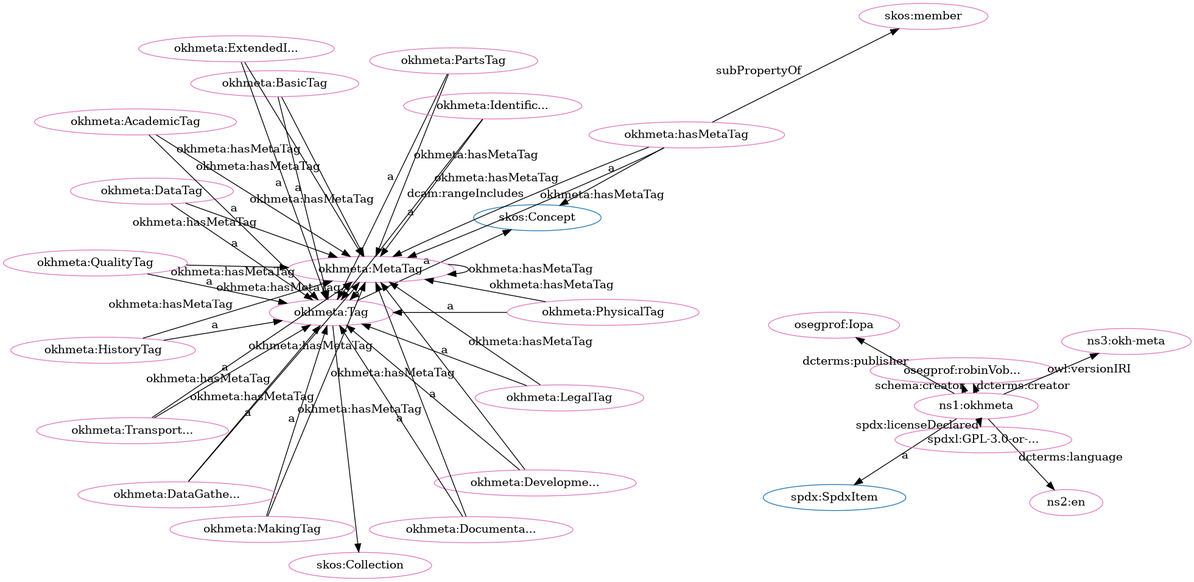
iop-alliance/OpenKnowHow keeps this Graphviz diagram as src/spec/dot_okh-meta-clean.png. Above is the earlier version. Its source is kept beside it as src/spec/dot_okh-meta-clean.dot.
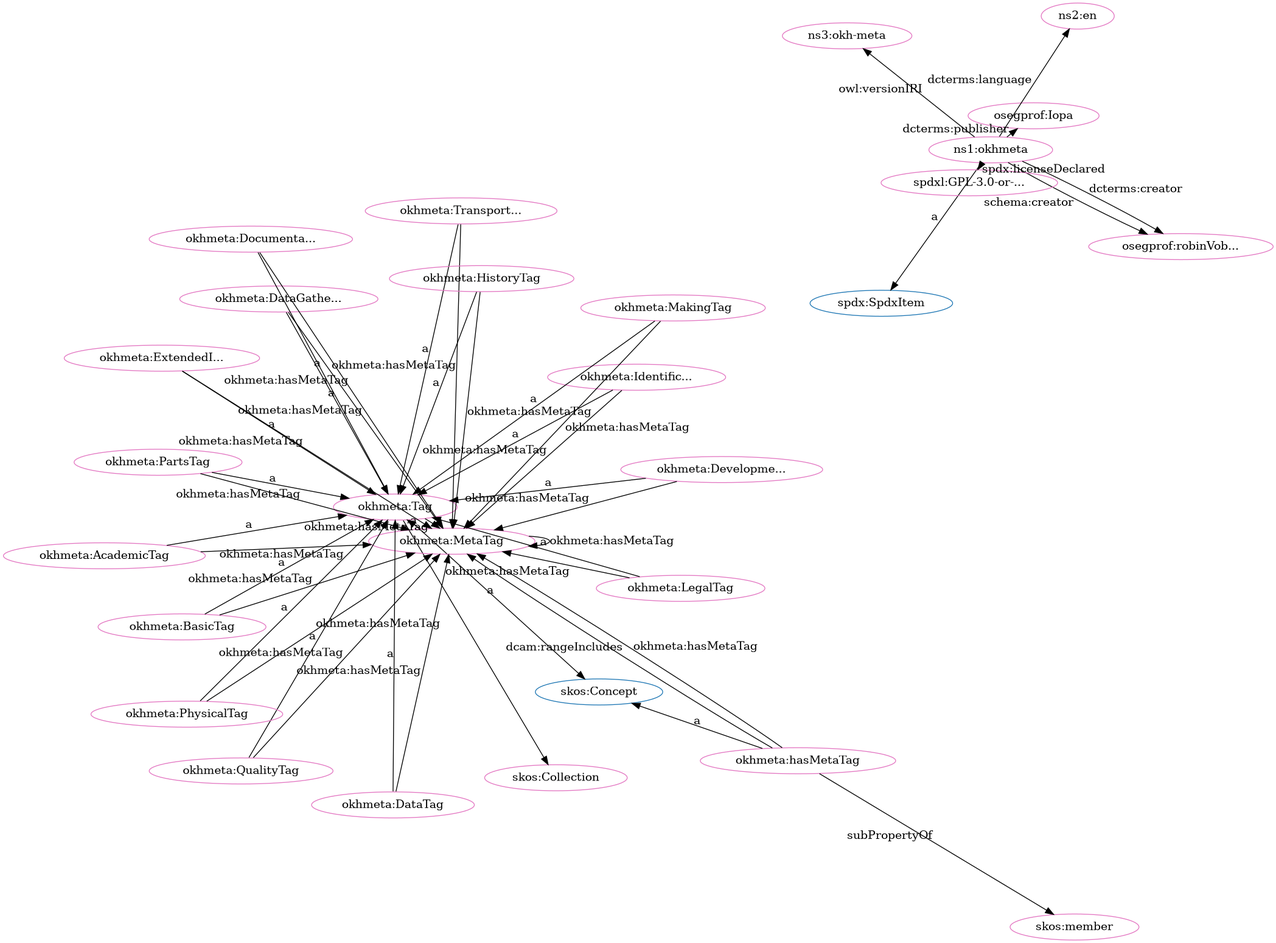
The same diagram one commit later.

What changed in the source:
```diff
@@ -2,79 +2,79 @@
   rankdir=BT
   node[height=.3]
 "http://spdx.org/rdf/terms#SpdxItem" [fillcolor="#1f77b4" color="#1f77b4" label="spdx:SpdxItem"]
+"http://w3id.org/oseg/ont/okhmeta#Tag" [fillcolor="#1f77b4" color="#1f77b4" label="okhmeta:Tag"]
 "http://www.w3.org/2004/02/skos/core#Concept" [fillcolor="#1f77b4" color="#1f77b4" label="skos:Concept"]
 "http://www.w3.org/2004/02/skos/core#Collection" [fillcolor="#1f77b4" color="#1f77b4" label="skos:Collection"]
-"http://w3id.org/oseg/ont/okhmeta#Tag" [fillcolor="#1f77b4" color="#1f77b4" label="okhmeta:Tag"]
+"http://w3id.org/oseg/ont/okhmeta#MetaTag" [fillcolor="#e377c2" color="#e377c2" label="okhmeta:MetaTag"]
+"http://www.w3.org/2004/02/skos/core#member" [fillcolor="#e377c2" color="#e377c2" label="skos:member"]
+"http://www.w3.org/2004/02/skos/core#Collection" [fillcolor="#e377c2" color="#e377c2" label="skos:Collection"]
+"http://w3id.org/oseg/ont/okhmeta#Tag" [fillcolor="#e377c2" color="#e377c2" label="okhmeta:Tag"]
+"http://w3id.org/oseg/ont/okhmeta" [fillcolor="#e377c2" color="#e377c2" label="ns1:okhmeta"]
+"http://w3id.org/oseg/ont/okhmeta#PartsTag" [fillcolor="#e377c2" color="#e377c2" label="okhmeta:PartsTag"]
+"http://w3id.org/oseg/ont/okhmeta#hasMetaTag" [fillcolor="#e377c2" color="#e377c2" label="okhmeta:hasMetaTag"]
+"http://w3id.org/oseg/ont/oseg-profiles#robinVobruba" [fillcolor="#e377c2" color="#e377c2" label="osegprof:robinVob..."]
+"http://w3id.org/oseg/ont/okhmeta#DataGatheringTag" [fillcolor="#e377c2" color="#e377c2" label="okhmeta:DataGathe..."]
+"http://w3id.org/oseg/ont/okhmeta#DataTag" [fillcolor="#e377c2" color="#e377c2" label="okhmeta:DataTag"]
+"http://w3id.org/oseg/ont/okhmeta#BasicTag" [fillcolor="#e377c2" color="#e377c2" label="okhmeta:BasicTag"]
+"http://w3id.org/oseg/ont/okhmeta#DevelopmentTag" [fillcolor="#e377c2" color="#e377c2" label="okhmeta:Developme..."]
+"http://w3id.org/oseg/ont/okhmeta#AcademicTag" [fillcolor="#e377c2" color="#e377c2" label="okhmeta:AcademicTag"]
+"http://w3id.org/oseg/ont/okhmeta#DocumentationTag" [fillcolor="#e377c2" color="#e377c2" label="okhmeta:Documenta..."]
+"http://w3id.org/oseg/ont/okhmeta#IdentificationTag" [fillcolor="#e377c2" color="#e377c2" label="okhmeta:Identific..."]
+"http://w3id.org/oseg/ont/okhmeta#TransportationTag" [fillcolor="#e377c2" color="#e377c2" label="okhmeta:Transport..."]
+"http://w3id.org/oseg/ont/okhmeta#QualityTag" [fillcolor="#e377c2" color="#e377c2" label="okhmeta:QualityTag"]
+"http://w3id.org/oseg/ont/okhmeta#LegalTag" [fillcolor="#e377c2" color="#e377c2" label="okhmeta:LegalTag"]
+"http://w3id.org/oseg/ont/oseg-profiles#Iopa" [fillcolor="#e377c2" color="#e377c2" label="osegprof:Iopa"]
+"http://id.loc.gov/vocabulary/iso639-1/en" [fillcolor="#e377c2" color="#e377c2" label="ns2:en"]
+"http://w3id.org/oseg/ont/1.1.0/okh-meta" [fillcolor="#e377c2" color="#e377c2" label="ns3:okh-meta"]
+"http://w3id.org/oseg/ont/okhmeta#ExtendedInfoTag" [fillcolor="#e377c2" color="#e377c2" label="okhmeta:ExtendedI..."]
 "http://w3id.org/oseg/ont/okhmeta#PhysicalTag" [fillcolor="#e377c2" color="#e377c2" label="okhmeta:PhysicalTag"]
-"http://w3id.org/oseg/ont/okhmeta#MetaTag" [fillcolor="#e377c2" color="#e377c2" label="okhmeta:MetaTag"]
-"http://w3id.org/oseg/ont/okhmeta#BasicTag" [fillcolor="#e377c2" color="#e377c2" label="okhmeta:BasicTag"]
-"http://w3id.org/oseg/ont/okhmeta#PartsTag" [fillcolor="#e377c2" color="#e377c2" label="okhmeta:PartsTag"]
-"http://w3id.org/oseg/ont/okhmeta#DevelopmentTag" [fillcolor="#e377c2" color="#e377c2" label="okhmeta:Developme..."]
-"http://w3id.org/oseg/ont/okhmeta" [fillcolor="#e377c2" color="#e377c2" label="ns1:okhmeta"]
-"http://w3id.org/oseg/ont/okhmeta#TransportationTag" [fillcolor="#e377c2" color="#e377c2" label="okhmeta:Transport..."]
-"http://id.loc.gov/vocabulary/iso639-1/en" [fillcolor="#e377c2" color="#e377c2" label="ns2:en"]
+"http://w3id.org/oseg/ont/okhmeta#HistoryTag" [fillcolor="#e377c2" color="#e377c2" label="okhmeta:HistoryTag"]
 "http://w3id.org/oseg/ont/okhmeta#MakingTag" [fillcolor="#e377c2" color="#e377c2" label="okhmeta:MakingTag"]
-"http://w3id.org/oseg/ont/okhmeta#DataTag" [fillcolor="#e377c2" color="#e377c2" label="okhmeta:DataTag"]
-"http://w3id.org/oseg/ont/okhmeta#AcademicTag" [fillcolor="#e377c2" color="#e377c2" label="okhmeta:AcademicTag"]
-"http://w3id.org/oseg/ont/oseg-profiles#robinVobruba" [fillcolor="#e377c2" color="#e377c2" label="osegprof:robinVob..."]
-"http://w3id.org/oseg/ont/okhmeta#hasMetaTag" [fillcolor="#e377c2" color="#e377c2" label="okhmeta:hasMetaTag"]
-"http://w3id.org/oseg/ont/okhmeta#DocumentationTag" [fillcolor="#e377c2" color="#e377c2" label="okhmeta:Documenta..."]
-"http://www.w3.org/2004/02/skos/core#Collection" [fillcolor="#e377c2" color="#e377c2" label="skos:Collection"]
-"http://w3id.org/oseg/ont/okhmeta#DataGatheringTag" [fillcolor="#e377c2" color="#e377c2" label="okhmeta:DataGathe..."]
-"http://w3id.org/oseg/ont/okhmeta#HistoryTag" [fillcolor="#e377c2" color="#e377c2" label="okhmeta:HistoryTag"]
-"http://w3id.org/oseg/ont/okhmeta#Tag" [fillcolor="#e377c2" color="#e377c2" label="okhmeta:Tag"]
-"http://w3id.org/oseg/ont/okhmeta#ExtendedInfoTag" [fillcolor="#e377c2" color="#e377c2" label="okhmeta:ExtendedI..."]
-"http://w3id.org/oseg/ont/1.1.0/okh-meta" [fillcolor="#e377c2" color="#e377c2" label="ns3:okh-meta"]
-"http://w3id.org/oseg/ont/okhmeta#QualityTag" [fillcolor="#e377c2" color="#e377c2" label="okhmeta:QualityTag"]
-"http://w3id.org/oseg/ont/oseg-profiles#Iopa" [fillcolor="#e377c2" color="#e377c2" label="osegprof:Iopa"]
-"http://www.w3.org/2004/02/skos/core#member" [fillcolor="#e377c2" color="#e377c2" label="skos:member"]
-"http://w3id.org/oseg/ont/okhmeta#IdentificationTag" [fillcolor="#e377c2" color="#e377c2" label="okhmeta:Identific..."]
 "http://spdx.org/licenses/GPL-3.0-or-later" [fillcolor="#e377c2" color="#e377c2" label="spdxl:GPL-3.0-or-..."]
-"http://w3id.org/oseg/ont/okhmeta#LegalTag" [fillcolor="#e377c2" color="#e377c2" label="okhmeta:LegalTag"]
+  "http://w3id.org/oseg/ont/okhmeta#Tag" -> "http://www.w3.org/2004/02/skos/core#Collection" [label=""]
+  "http://w3id.org/oseg/ont/okhmeta" -> "http://spdx.org/rdf/terms#SpdxItem" [label="a"]
+  "http://w3id.org/oseg/ont/okhmeta#PartsTag" -> "http://w3id.org/oseg/ont/okhmeta#Tag" [label="a"]
+  "http://w3id.org/oseg/ont/okhmeta#DataTag" -> "http://w3id.org/oseg/ont/okhmeta#MetaTag" [label="okhmeta:hasMetaTag"]
+  "http://w3id.org/oseg/ont/okhmeta" -> "http://w3id.org/oseg/ont/oseg-profiles#robinVobruba" [label="dcterms:creator"]
+  "http://w3id.org/oseg/ont/okhmeta#DataGatheringTag" -> "http://w3id.org/oseg/ont/okhmeta#Tag" [label="a"]
+  "http://w3id.org/oseg/ont/okhmeta#DataTag" -> "http://w3id.org/oseg/ont/okhmeta#Tag" [label="a"]
+  "http://w3id.org/oseg/ont/okhmeta#DevelopmentTag" -> "http://w3id.org/oseg/ont/okhmeta#Tag" [label="a"]
+  "http://w3id.org/oseg/ont/okhmeta#hasMetaTag" -> "http://www.w3.org/2004/02/skos/core#Concept" [label="a"]
+  "http://w3id.org/oseg/ont/okhmeta#QualityTag" -> "http://w3id.org/oseg/ont/okhmeta#MetaTag" [label="okhmeta:hasMetaTag"]
+  "http://w3id.org/oseg/ont/okhmeta#IdentificationTag" -> "http://w3id.org/oseg/ont/okhmeta#Tag" [label="a"]
+  "http://w3id.org/oseg/ont/okhmeta#DocumentationTag" -> "http://w3id.org/oseg/ont/okhmeta#Tag" [label="a"]
+  "http://w3id.org/oseg/ont/okhmeta#LegalTag" -> "http://w3id.org/oseg/ont/okhmeta#MetaTag" [label="okhmeta:hasMetaTag"]
+  "http://w3id.org/oseg/ont/okhmeta#TransportationTag" -> "http://w3id.org/oseg/ont/okhmeta#Tag" [label="a"]
+  "http://w3id.org/oseg/ont/okhmeta#Tag" -> "http://w3id.org/oseg/ont/okhmeta#MetaTag" [label="okhmeta:hasMetaTag"]
+  "http://w3id.org/oseg/ont/okhmeta#QualityTag" -> "http://w3id.org/oseg/ont/okhmeta#Tag" [label="a"]
+  "http://w3id.org/oseg/ont/okhmeta" -> "http://w3id.org/oseg/ont/oseg-profiles#Iopa" [label="dcterms:publisher"]
+  "http://w3id.org/oseg/ont/okhmeta#BasicTag" -> "http://w3id.org/oseg/ont/okhmeta#MetaTag" [label="okhmeta:hasMetaTag"]
+  "http://w3id.org/oseg/ont/okhmeta#MetaTag" -> "http://w3id.org/oseg/ont/okhmeta#Tag" [label="a"]
+  "http://w3id.org/oseg/ont/okhmeta#hasMetaTag" -> "http://w3id.org/oseg/ont/okhmeta#MetaTag" [label="dcam:rangeIncludes"]
+  "http://w3id.org/oseg/ont/okhmeta" -> "http://id.loc.gov/vocabulary/iso639-1/en" [label="dcterms:language"]
+  "http://w3id.org/oseg/ont/okhmeta#HistoryTag" -> "http://w3id.org/oseg/ont/okhmeta#MetaTag" [label="okhmeta:hasMetaTag"]
+  "http://w3id.org/oseg/ont/okhmeta#ExtendedInfoTag" -> "http://w3id.org/oseg/ont/okhmeta#Tag" [label="a"]
+  "http://w3id.org/oseg/ont/okhmeta#MakingTag" -> "http://w3id.org/oseg/ont/okhmeta#MetaTag" [label="okhmeta:hasMetaTag"]
   "http://w3id.org/oseg/ont/okhmeta#PhysicalTag" -> "http://w3id.org/oseg/ont/okhmeta#Tag" [label="a"]
-  "http://w3id.org/oseg/ont/okhmeta#PartsTag" -> "http://w3id.org/oseg/ont/okhmeta#Tag" [label="a"]
+  "http://w3id.org/oseg/ont/okhmeta#AcademicTag" -> "http://w3id.org/oseg/ont/okhmeta#MetaTag" [label="okhmeta:hasMetaTag"]
+  "http://w3id.org/oseg/ont/okhmeta#PartsTag" -> "http://w3id.org/oseg/ont/okhmeta#MetaTag" [label="okhmeta:hasMetaTag"]
+  "http://w3id.org/oseg/ont/okhmeta#hasMetaTag" -> "http://www.w3.org/2004/02/skos/core#member" [label="subPropertyOf"]
+  "http://w3id.org/oseg/ont/okhmeta#Tag" -> "http://www.w3.org/2004/02/skos/core#Concept" [label="a"]
+  "http://w3id.org/oseg/ont/okhmeta#DataGatheringTag" -> "http://w3id.org/oseg/ont/okhmeta#MetaTag" [label="okhmeta:hasMetaTag"]
+  "http://w3id.org/oseg/ont/okhmeta#DevelopmentTag" -> "http://w3id.org/oseg/ont/okhmeta#MetaTag" [label="okhmeta:hasMetaTag"]
   "http://w3id.org/oseg/ont/okhmeta#BasicTag" -> "http://w3id.org/oseg/ont/okhmeta#Tag" [label="a"]
+  "http://w3id.org/oseg/ont/okhmeta#DocumentationTag" -> "http://w3id.org/oseg/ont/okhmeta#MetaTag" [label="okhmeta:hasMetaTag"]
+  "http://w3id.org/oseg/ont/okhmeta#IdentificationTag" -> "http://w3id.org/oseg/ont/okhmeta#MetaTag" [label="okhmeta:hasMetaTag"]
+  "http://w3id.org/oseg/ont/okhmeta#AcademicTag" -> "http://w3id.org/oseg/ont/okhmeta#Tag" [label="a"]
+  "http://w3id.org/oseg/ont/okhmeta#TransportationTag" -> "http://w3id.org/oseg/ont/okhmeta#MetaTag" [label="okhmeta:hasMetaTag"]
+  "http://w3id.org/oseg/ont/okhmeta#hasMetaTag" -> "http://w3id.org/oseg/ont/okhmeta#MetaTag" [label="okhmeta:hasMetaTag"]
+  "http://w3id.org/oseg/ont/okhmeta#LegalTag" -> "http://w3id.org/oseg/ont/okhmeta#Tag" [label="a"]
   "http://w3id.org/oseg/ont/okhmeta#MetaTag" -> "http://w3id.org/oseg/ont/okhmeta#MetaTag" [label="okhmeta:hasMetaTag"]
-  "http://w3id.org/oseg/ont/okhmeta#LegalTag" -> "http://w3id.org/oseg/ont/okhmeta#MetaTag" [label="okhmeta:hasMetaTag"]
-  "http://w3id.org/oseg/ont/okhmeta#DocumentationTag" -> "http://w3id.org/oseg/ont/okhmeta#MetaTag" [label="okhmeta:hasMetaTag"]
-  "http://w3id.org/oseg/ont/okhmeta#DevelopmentTag" -> "http://w3id.org/oseg/ont/okhmeta#MetaTag" [label="okhmeta:hasMetaTag"]
-  "http://w3id.org/oseg/ont/okhmeta#BasicTag" -> "http://w3id.org/oseg/ont/okhmeta#MetaTag" [label="okhmeta:hasMetaTag"]
-  "http://w3id.org/oseg/ont/okhmeta#DataTag" -> "http://w3id.org/oseg/ont/okhmeta#Tag" [label="a"]
-  "http://w3id.org/oseg/ont/okhmeta#AcademicTag" -> "http://w3id.org/oseg/ont/okhmeta#Tag" [label="a"]
   "http://w3id.org/oseg/ont/okhmeta#ExtendedInfoTag" -> "http://w3id.org/oseg/ont/okhmeta#MetaTag" [label="okhmeta:hasMetaTag"]
-  "http://w3id.org/oseg/ont/okhmeta#hasMetaTag" -> "http://www.w3.org/2004/02/skos/core#Concept" [label="a"]
-  "http://w3id.org/oseg/ont/okhmeta#DataGatheringTag" -> "http://w3id.org/oseg/ont/okhmeta#Tag" [label="a"]
-  "http://w3id.org/oseg/ont/okhmeta#Tag" -> "http://www.w3.org/2004/02/skos/core#Concept" [label="a"]
+  "http://w3id.org/oseg/ont/okhmeta" -> "http://w3id.org/oseg/ont/oseg-profiles#robinVobruba" [label="schema:creator"]
   "http://w3id.org/oseg/ont/okhmeta" -> "http://w3id.org/oseg/ont/1.1.0/okh-meta" [label="owl:versionIRI"]
-  "http://w3id.org/oseg/ont/okhmeta#QualityTag" -> "http://w3id.org/oseg/ont/okhmeta#Tag" [label="a"]
   "http://w3id.org/oseg/ont/okhmeta#PhysicalTag" -> "http://w3id.org/oseg/ont/okhmeta#MetaTag" [label="okhmeta:hasMetaTag"]
-  "http://w3id.org/oseg/ont/okhmeta#PartsTag" -> "http://w3id.org/oseg/ont/okhmeta#MetaTag" [label="okhmeta:hasMetaTag"]
-  "http://w3id.org/oseg/ont/okhmeta#IdentificationTag" -> "http://w3id.org/oseg/ont/okhmeta#Tag" [label="a"]
-  "http://w3id.org/oseg/ont/okhmeta#LegalTag" -> "http://w3id.org/oseg/ont/okhmeta#Tag" [label="a"]
+  "http://w3id.org/oseg/ont/okhmeta#HistoryTag" -> "http://w3id.org/oseg/ont/okhmeta#Tag" [label="a"]
+  "http://w3id.org/oseg/ont/okhmeta#MakingTag" -> "http://w3id.org/oseg/ont/okhmeta#Tag" [label="a"]
   "http://w3id.org/oseg/ont/okhmeta" -> "http://spdx.org/licenses/GPL-3.0-or-later" [label="spdx:licenseDeclared"]
-  "http://w3id.org/oseg/ont/okhmeta#DataTag" -> "http://w3id.org/oseg/ont/okhmeta#MetaTag" [label="okhmeta:hasMetaTag"]
-  "http://w3id.org/oseg/ont/okhmeta#DevelopmentTag" -> "http://w3id.org/oseg/ont/okhmeta#Tag" [label="a"]
-  "http://w3id.org/oseg/ont/okhmeta" -> "http://spdx.org/rdf/terms#SpdxItem" [label="a"]
-  "http://w3id.org/oseg/ont/okhmeta#AcademicTag" -> "http://w3id.org/oseg/ont/okhmeta#MetaTag" [label="okhmeta:hasMetaTag"]
-  "http://w3id.org/oseg/ont/okhmeta#TransportationTag" -> "http://w3id.org/oseg/ont/okhmeta#Tag" [label="a"]
-  "http://w3id.org/oseg/ont/okhmeta" -> "http://id.loc.gov/vocabulary/iso639-1/en" [label="dcterms:language"]
-  "http://w3id.org/oseg/ont/okhmeta#MakingTag" -> "http://w3id.org/oseg/ont/okhmeta#Tag" [label="a"]
-  "http://w3id.org/oseg/ont/okhmeta#MetaTag" -> "http://w3id.org/oseg/ont/okhmeta#Tag" [label="a"]
-  "http://w3id.org/oseg/ont/okhmeta#hasMetaTag" -> "http://w3id.org/oseg/ont/okhmeta#MetaTag" [label="okhmeta:hasMetaTag"]
-  "http://w3id.org/oseg/ont/okhmeta" -> "http://w3id.org/oseg/ont/oseg-profiles#robinVobruba" [label="schema:creator"]
-  "http://w3id.org/oseg/ont/okhmeta#DocumentationTag" -> "http://w3id.org/oseg/ont/okhmeta#Tag" [label="a"]
-  "http://w3id.org/oseg/ont/okhmeta#MakingTag" -> "http://w3id.org/oseg/ont/okhmeta#MetaTag" [label="okhmeta:hasMetaTag"]
-  "http://w3id.org/oseg/ont/okhmeta#QualityTag" -> "http://w3id.org/oseg/ont/okhmeta#MetaTag" [label="okhmeta:hasMetaTag"]
-  "http://w3id.org/oseg/ont/okhmeta#Tag" -> "http://www.w3.org/2004/02/skos/core#Collection" [label=""]
-  "http://w3id.org/oseg/ont/okhmeta#Tag" -> "http://w3id.org/oseg/ont/okhmeta#MetaTag" [label="okhmeta:hasMetaTag"]
-  "http://w3id.org/oseg/ont/okhmeta#IdentificationTag" -> "http://w3id.org/oseg/ont/okhmeta#MetaTag" [label="okhmeta:hasMetaTag"]
-  "http://w3id.org/oseg/ont/okhmeta#HistoryTag" -> "http://w3id.org/oseg/ont/okhmeta#Tag" [label="a"]
-  "http://w3id.org/oseg/ont/okhmeta#ExtendedInfoTag" -> "http://w3id.org/oseg/ont/okhmeta#Tag" [label="a"]
-  "http://w3id.org/oseg/ont/okhmeta#hasMetaTag" -> "http://w3id.org/oseg/ont/okhmeta#MetaTag" [label="dcam:rangeIncludes"]
-  "http://w3id.org/oseg/ont/okhmeta" -> "http://w3id.org/oseg/ont/oseg-profiles#Iopa" [label="dcterms:publisher"]
-  "http://w3id.org/oseg/ont/okhmeta#hasMetaTag" -> "http://www.w3.org/2004/02/skos/core#member" [label="subPropertyOf"]
-  "http://w3id.org/oseg/ont/okhmeta#DataGatheringTag" -> "http://w3id.org/oseg/ont/okhmeta#MetaTag" [label="okhmeta:hasMetaTag"]
-  "http://w3id.org/oseg/ont/okhmeta" -> "http://w3id.org/oseg/ont/oseg-profiles#robinVobruba" [label="dcterms:creator"]
-  "http://w3id.org/oseg/ont/okhmeta#TransportationTag" -> "http://w3id.org/oseg/ont/okhmeta#MetaTag" [label="okhmeta:hasMetaTag"]
-  "http://w3id.org/oseg/ont/okhmeta#HistoryTag" -> "http://w3id.org/oseg/ont/okhmeta#MetaTag" [label="okhmeta:hasMetaTag"]
 }
```
